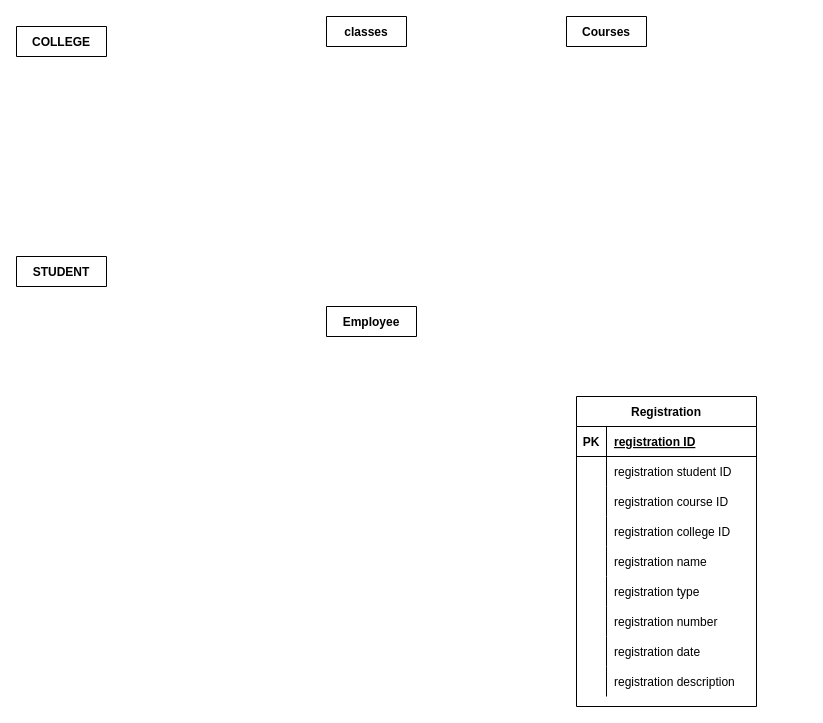
Above: page "Page-1" (1 of 2) of un.drawio in sumantiwari/graph (draw.io), before the change. Source tidied: cells renumbered, new cells numbered last; positions are measured from the earlier drawing's top-left corner, leaving out a move shared by most shapes. Both pictures are drawn from the tidied source at 100%, with x=0, y=0 at pixel (16, 16).
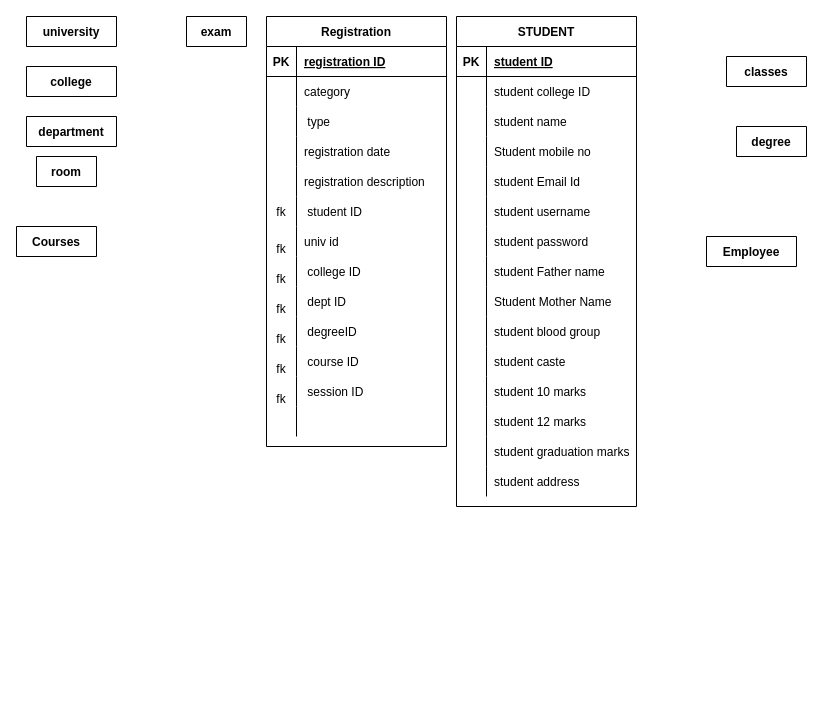
Above is the later version.

What changed in the source:
```diff
@@
-    <mxCell id="2" value="COLLEGE" style="shape=table;startSize=30;childLayout=tableLayout;rowLines=0;fontStyle=1;align=center;" parent="1" vertex="1" collapsed="1">
-      <mxGeometry y="10" width="90" height="30" as="geometry" />
-    </mxCell>
-    <mxCell id="3" value="Courses" style="shape=table;startSize=30;childLayout=tableLayout;rowLines=0;fontStyle=1;align=center;" parent="1" vertex="1" collapsed="1">
-      <mxGeometry x="550" width="80" height="30" as="geometry" />
-    </mxCell>
-    <mxCell id="4" value="STUDENT" style="shape=table;startSize=30;childLayout=tableLayout;rowLines=0;fontStyle=1;align=center;" parent="1" vertex="1" collapsed="1">
-      <mxGeometry y="240" width="90" height="30" as="geometry" />
-    </mxCell>
+    <mxCell id="35" value="university" style="shape=table;startSize=30;childLayout=tableLayout;rowLines=0;fontStyle=1;align=center;" parent="1" vertex="1" collapsed="1">
+      <mxGeometry x="10" width="90" height="30" as="geometry" />
+    </mxCell>
     <mxCell id="5" value="Employee" style="shape=table;startSize=30;childLayout=tableLayout;rowLines=0;fontStyle=1;align=center;" parent="1" vertex="1" collapsed="1">
-      <mxGeometry x="310" y="290" width="90" height="30" as="geometry" />
+      <mxGeometry x="690" y="220" width="90" height="30" as="geometry" />
     </mxCell>
-    <mxCell id="6" value="classes" style="shape=table;startSize=30;childLayout=tableLayout;rowLines=0;fontStyle=1;align=center;" parent="1" vertex="1" collapsed="1">
-      <mxGeometry x="310" width="80" height="30" as="geometry" />
-    </mxCell>
+    <mxCell id="36" value="college" style="shape=table;startSize=30;childLayout=tableLayout;rowLines=0;fontStyle=1;align=center;" parent="1" vertex="1" collapsed="1">
+      <mxGeometry x="10" y="50" width="90" height="30" as="geometry" />
+    </mxCell>
+    <mxCell id="37" value="department" style="shape=table;startSize=30;childLayout=tableLayout;rowLines=0;fontStyle=1;align=center;" parent="1" vertex="1" collapsed="1">
+      <mxGeometry x="10" y="100" width="90" height="30" as="geometry" />
+    </mxCell>
+    <mxCell id="38" value="exam" style="shape=table;startSize=30;childLayout=tableLayout;rowLines=0;fontStyle=1;align=center;" parent="1" vertex="1" collapsed="1">
+      <mxGeometry x="170" width="60" height="30" as="geometry" />
+    </mxCell>
+    <mxCell id="39" value="room" style="shape=table;startSize=30;childLayout=tableLayout;rowLines=0;fontStyle=1;align=center;" parent="1" vertex="1" collapsed="1">
+      <mxGeometry x="20" y="140" width="60" height="30" as="geometry" />
+    </mxCell>
     <mxCell id="7" value="Registration" style="shape=table;startSize=30;childLayout=tableLayout;rowLines=0;fontStyle=1;align=center;" parent="1" vertex="1">
-      <mxGeometry x="560" y="380" width="180" height="310" as="geometry" />
+      <mxGeometry x="250" width="180" height="430" as="geometry" />
     </mxCell>
@@
-    <mxCell id="11" style="shape=partialRectangle;fillColor=none;top=0;left=0;bottom=0;right=0;" parent="7" vertex="1">
-      <mxGeometry y="60" width="180" height="30" as="geometry" />
-    </mxCell>
-    <mxCell id="12" style="shape=partialRectangle;fillColor=none;top=0;left=0;bottom=0;right=0;overflow=hidden;" parent="11" vertex="1">
-      <mxGeometry width="30" height="30" as="geometry" />
-    </mxCell>
-    <mxCell id="13" value="registration student ID" style="shape=partialRectangle;fillColor=none;top=0;left=0;bottom=0;right=0;align=left;spacingLeft=6;overflow=hidden;" parent="11" vertex="1">
-      <mxGeometry x="30" width="150" height="30" as="geometry" />
-    </mxCell>
-    <mxCell id="14" style="shape=partialRectangle;fillColor=none;top=0;left=0;bottom=0;right=0;" parent="7" vertex="1">
-      <mxGeometry y="90" width="180" height="30" as="geometry" />
-    </mxCell>
-    <mxCell id="15" style="shape=partialRectangle;fillColor=none;top=0;left=0;bottom=0;right=0;overflow=hidden;" parent="14" vertex="1">
-      <mxGeometry width="30" height="30" as="geometry" />
-    </mxCell>
-    <mxCell id="16" value="registration course ID" style="shape=partialRectangle;fillColor=none;top=0;left=0;bottom=0;right=0;align=left;spacingLeft=6;overflow=hidden;" parent="14" vertex="1">
-      <mxGeometry x="30" width="150" height="30" as="geometry" />
-    </mxCell>
-    <mxCell id="17" style="shape=partialRectangle;fillColor=none;top=0;left=0;bottom=0;right=0;" parent="7" vertex="1">
-      <mxGeometry y="120" width="180" height="30" as="geometry" />
-    </mxCell>
-    <mxCell id="18" style="shape=partialRectangle;fillColor=none;top=0;left=0;bottom=0;right=0;overflow=hidden;" parent="17" vertex="1">
-      <mxGeometry width="30" height="30" as="geometry" />
-    </mxCell>
-    <mxCell id="19" value="registration college ID" style="shape=partialRectangle;fillColor=none;top=0;left=0;bottom=0;right=0;align=left;spacingLeft=6;overflow=hidden;" parent="17" vertex="1">
-      <mxGeometry x="30" width="150" height="30" as="geometry" />
-    </mxCell>
     <mxCell id="20" style="shape=partialRectangle;fillColor=none;top=0;left=0;bottom=0;right=0;" parent="7" vertex="1">
-      <mxGeometry y="150" width="180" height="30" as="geometry" />
+      <mxGeometry y="60" width="180" height="30" as="geometry" />
     </mxCell>
@@
-    <mxCell id="22" value="registration name" style="shape=partialRectangle;fillColor=none;top=0;left=0;bottom=0;right=0;align=left;spacingLeft=6;overflow=hidden;" parent="20" vertex="1">
+    <mxCell id="22" value="category" style="shape=partialRectangle;fillColor=none;top=0;left=0;bottom=0;right=0;align=left;spacingLeft=6;overflow=hidden;" parent="20" vertex="1">
       <mxGeometry x="30" width="150" height="30" as="geometry" />
     </mxCell>
     <mxCell id="23" style="shape=partialRectangle;fillColor=none;top=0;left=0;bottom=0;right=0;" parent="7" vertex="1">
-      <mxGeometry y="180" width="180" height="30" as="geometry" />
+      <mxGeometry y="90" width="180" height="30" as="geometry" />
     </mxCell>
@@
-    <mxCell id="25" value="registration type" style="shape=partialRectangle;fillColor=none;top=0;left=0;bottom=0;right=0;align=left;spacingLeft=6;overflow=hidden;" parent="23" vertex="1">
+    <mxCell id="25" value=" type" style="shape=partialRectangle;fillColor=none;top=0;left=0;bottom=0;right=0;align=left;spacingLeft=6;overflow=hidden;" parent="23" vertex="1">
       <mxGeometry x="30" width="150" height="30" as="geometry" />
     </mxCell>
-    <mxCell id="26" style="shape=partialRectangle;fillColor=none;top=0;left=0;bottom=0;right=0;" parent="7" vertex="1">
-      <mxGeometry y="210" width="180" height="30" as="geometry" />
-    </mxCell>
-    <mxCell id="27" style="shape=partialRectangle;fillColor=none;top=0;left=0;bottom=0;right=0;overflow=hidden;" parent="26" vertex="1">
-      <mxGeometry width="30" height="30" as="geometry" />
-    </mxCell>
-    <mxCell id="28" value="registration number" style="shape=partialRectangle;fillColor=none;top=0;left=0;bottom=0;right=0;align=left;spacingLeft=6;overflow=hidden;" parent="26" vertex="1">
-      <mxGeometry x="30" width="150" height="30" as="geometry" />
-    </mxCell>
     <mxCell id="29" style="shape=partialRectangle;fillColor=none;top=0;left=0;bottom=0;right=0;" parent="7" vertex="1">
-      <mxGeometry y="240" width="180" height="30" as="geometry" />
+      <mxGeometry y="120" width="180" height="30" as="geometry" />
     </mxCell>
@@
     <mxCell id="32" style="shape=partialRectangle;fillColor=none;top=0;left=0;bottom=0;right=0;" parent="7" vertex="1">
-      <mxGeometry y="270" width="180" height="30" as="geometry" />
+      <mxGeometry y="150" width="180" height="30" as="geometry" />
     </mxCell>
@@
+    <mxCell id="11" style="shape=partialRectangle;fillColor=none;top=0;left=0;bottom=0;right=0;" parent="7" vertex="1">
+      <mxGeometry y="180" width="180" height="30" as="geometry" />
+    </mxCell>
+    <mxCell id="12" value="fk" style="shape=partialRectangle;fillColor=none;top=0;left=0;bottom=0;right=0;overflow=hidden;" parent="11" vertex="1">
+      <mxGeometry width="30" height="30" as="geometry" />
+    </mxCell>
+    <mxCell id="13" value=" student ID" style="shape=partialRectangle;fillColor=none;top=0;left=0;bottom=0;right=0;align=left;spacingLeft=6;overflow=hidden;" parent="11" vertex="1">
+      <mxGeometry x="30" width="150" height="30" as="geometry" />
+    </mxCell>
+    <mxCell id="40" style="shape=partialRectangle;fillColor=none;top=0;left=0;bottom=0;right=0;" parent="7" vertex="1">
+      <mxGeometry y="210" width="180" height="30" as="geometry" />
+    </mxCell>
+    <mxCell id="41" value="&#10;fk&#10;&#10;" style="shape=partialRectangle;fillColor=none;top=0;left=0;bottom=0;right=0;overflow=hidden;" parent="40" vertex="1">
+      <mxGeometry width="30" height="30" as="geometry" />
+    </mxCell>
+    <mxCell id="42" value="univ id" style="shape=partialRectangle;fillColor=none;top=0;left=0;bottom=0;right=0;align=left;spacingLeft=6;overflow=hidden;" parent="40" vertex="1">
+      <mxGeometry x="30" width="150" height="30" as="geometry" />
+    </mxCell>
+    <mxCell id="17" style="shape=partialRectangle;fillColor=none;top=0;left=0;bottom=0;right=0;" parent="7" vertex="1">
+      <mxGeometry y="240" width="180" height="30" as="geometry" />
+    </mxCell>
+    <mxCell id="18" value="&#10;fk&#10;&#10;" style="shape=partialRectangle;fillColor=none;top=0;left=0;bottom=0;right=0;overflow=hidden;" parent="17" vertex="1">
+      <mxGeometry width="30" height="30" as="geometry" />
+    </mxCell>
+    <mxCell id="19" value=" college ID" style="shape=partialRectangle;fillColor=none;top=0;left=0;bottom=0;right=0;align=left;spacingLeft=6;overflow=hidden;" parent="17" vertex="1">
+      <mxGeometry x="30" width="150" height="30" as="geometry" />
+    </mxCell>
+    <mxCell id="43" style="shape=partialRectangle;fillColor=none;top=0;left=0;bottom=0;right=0;" parent="7" vertex="1">
+      <mxGeometry y="270" width="180" height="30" as="geometry" />
+    </mxCell>
+    <mxCell id="44" value="&#10;fk&#10;&#10;" style="shape=partialRectangle;fillColor=none;top=0;left=0;bottom=0;right=0;overflow=hidden;" parent="43" vertex="1">
+      <mxGeometry width="30" height="30" as="geometry" />
+    </mxCell>
+    <mxCell id="45" value=" dept ID" style="shape=partialRectangle;fillColor=none;top=0;left=0;bottom=0;right=0;align=left;spacingLeft=6;overflow=hidden;" parent="43" vertex="1">
+      <mxGeometry x="30" width="150" height="30" as="geometry" />
+    </mxCell>
+    <mxCell id="46" style="shape=partialRectangle;fillColor=none;top=0;left=0;bottom=0;right=0;" parent="7" vertex="1">
+      <mxGeometry y="300" width="180" height="30" as="geometry" />
+    </mxCell>
+    <mxCell id="47" value="&#10;fk&#10;&#10;" style="shape=partialRectangle;fillColor=none;top=0;left=0;bottom=0;right=0;overflow=hidden;" parent="46" vertex="1">
+      <mxGeometry width="30" height="30" as="geometry" />
+    </mxCell>
+    <mxCell id="48" value=" degreeID" style="shape=partialRectangle;fillColor=none;top=0;left=0;bottom=0;right=0;align=left;spacingLeft=6;overflow=hidden;" parent="46" vertex="1">
+      <mxGeometry x="30" width="150" height="30" as="geometry" />
+    </mxCell>
+    <mxCell id="14" style="shape=partialRectangle;fillColor=none;top=0;left=0;bottom=0;right=0;" parent="7" vertex="1">
+      <mxGeometry y="330" width="180" height="30" as="geometry" />
+    </mxCell>
+    <mxCell id="15" value="&#10;fk&#10;&#10;" style="shape=partialRectangle;fillColor=none;top=0;left=0;bottom=0;right=0;overflow=hidden;" parent="14" vertex="1">
+      <mxGeometry width="30" height="30" as="geometry" />
+    </mxCell>
+    <mxCell id="16" value=" course ID" style="shape=partialRectangle;fillColor=none;top=0;left=0;bottom=0;right=0;align=left;spacingLeft=6;overflow=hidden;" parent="14" vertex="1">
+      <mxGeometry x="30" width="150" height="30" as="geometry" />
+    </mxCell>
+    <mxCell id="49" style="shape=partialRectangle;fillColor=none;top=0;left=0;bottom=0;right=0;" parent="7" vertex="1">
+      <mxGeometry y="360" width="180" height="30" as="geometry" />
+    </mxCell>
+    <mxCell id="50" value="&#10;fk&#10;&#10;" style="shape=partialRectangle;fillColor=none;top=0;left=0;bottom=0;right=0;overflow=hidden;" parent="49" vertex="1">
+      <mxGeometry width="30" height="30" as="geometry" />
+    </mxCell>
+    <mxCell id="51" value=" session ID" style="shape=partialRectangle;fillColor=none;top=0;left=0;bottom=0;right=0;align=left;spacingLeft=6;overflow=hidden;" parent="49" vertex="1">
+      <mxGeometry x="30" width="150" height="30" as="geometry" />
+    </mxCell>
+    <mxCell id="26" style="shape=partialRectangle;fillColor=none;top=0;left=0;bottom=0;right=0;" parent="7" vertex="1">
+      <mxGeometry y="390" width="180" height="30" as="geometry" />
+    </mxCell>
+    <mxCell id="27" style="shape=partialRectangle;fillColor=none;top=0;left=0;bottom=0;right=0;overflow=hidden;" parent="26" vertex="1">
+      <mxGeometry width="30" height="30" as="geometry" />
+    </mxCell>
+    <mxCell id="28" style="shape=partialRectangle;fillColor=none;top=0;left=0;bottom=0;right=0;align=left;spacingLeft=6;overflow=hidden;" parent="26" vertex="1">
+      <mxGeometry x="30" width="150" height="30" as="geometry" />
+    </mxCell>
+    <mxCell id="4" value="STUDENT" style="shape=table;startSize=30;childLayout=tableLayout;rowLines=0;fontStyle=1;align=center;" parent="1" vertex="1">
+      <mxGeometry x="440" width="180" height="490" as="geometry" />
+    </mxCell>
+    <mxCell id="52" style="shape=partialRectangle;fillColor=none;top=0;left=0;bottom=1;right=0;" parent="4" vertex="1">
+      <mxGeometry y="30" width="180" height="30" as="geometry" />
+    </mxCell>
+    <mxCell id="53" value="PK" style="shape=partialRectangle;fillColor=none;top=0;left=0;bottom=0;right=0;fontStyle=1;overflow=hidden;" parent="52" vertex="1">
+      <mxGeometry width="30" height="30" as="geometry" />
+    </mxCell>
+    <mxCell id="54" value="student ID" style="shape=partialRectangle;fillColor=none;top=0;left=0;bottom=0;right=0;align=left;spacingLeft=6;fontStyle=5;overflow=hidden;" parent="52" vertex="1">
+      <mxGeometry x="30" width="150" height="30" as="geometry" />
+    </mxCell>
+    <mxCell id="55" style="shape=partialRectangle;fillColor=none;top=0;left=0;bottom=0;right=0;" parent="4" vertex="1">
+      <mxGeometry y="60" width="180" height="30" as="geometry" />
+    </mxCell>
+    <mxCell id="56" style="shape=partialRectangle;fillColor=none;top=0;left=0;bottom=0;right=0;overflow=hidden;" parent="55" vertex="1">
+      <mxGeometry width="30" height="30" as="geometry" />
+    </mxCell>
+    <mxCell id="57" value="student college ID" style="shape=partialRectangle;fillColor=none;top=0;left=0;bottom=0;right=0;align=left;spacingLeft=6;overflow=hidden;" parent="55" vertex="1">
+      <mxGeometry x="30" width="150" height="30" as="geometry" />
+    </mxCell>
+    <mxCell id="58" style="shape=partialRectangle;fillColor=none;top=0;left=0;bottom=0;right=0;" parent="4" vertex="1">
+      <mxGeometry y="90" width="180" height="30" as="geometry" />
+    </mxCell>
+    <mxCell id="59" style="shape=partialRectangle;fillColor=none;top=0;left=0;bottom=0;right=0;overflow=hidden;" parent="58" vertex="1">
+      <mxGeometry width="30" height="30" as="geometry" />
+    </mxCell>
+    <mxCell id="60" value="student name" style="shape=partialRectangle;fillColor=none;top=0;left=0;bottom=0;right=0;align=left;spacingLeft=6;overflow=hidden;" parent="58" vertex="1">
+      <mxGeometry x="30" width="150" height="30" as="geometry" />
+    </mxCell>
+    <mxCell id="61" style="shape=partialRectangle;fillColor=none;top=0;left=0;bottom=0;right=0;" parent="4" vertex="1">
+      <mxGeometry y="120" width="180" height="30" as="geometry" />
+    </mxCell>
+    <mxCell id="62" style="shape=partialRectangle;fillColor=none;top=0;left=0;bottom=0;right=0;overflow=hidden;" parent="61" vertex="1">
+      <mxGeometry width="30" height="30" as="geometry" />
+    </mxCell>
+    <mxCell id="63" value="Student mobile no" style="shape=partialRectangle;fillColor=none;top=0;left=0;bottom=0;right=0;align=left;spacingLeft=6;overflow=hidden;" parent="61" vertex="1">
+      <mxGeometry x="30" width="150" height="30" as="geometry" />
+    </mxCell>
+    <mxCell id="64" style="shape=partialRectangle;fillColor=none;top=0;left=0;bottom=0;right=0;" parent="4" vertex="1">
+      <mxGeometry y="150" width="180" height="30" as="geometry" />
+    </mxCell>
+    <mxCell id="65" style="shape=partialRectangle;fillColor=none;top=0;left=0;bottom=0;right=0;overflow=hidden;" parent="64" vertex="1">
+      <mxGeometry width="30" height="30" as="geometry" />
+    </mxCell>
+    <mxCell id="66" value="student Email Id" style="shape=partialRectangle;fillColor=none;top=0;left=0;bottom=0;right=0;align=left;spacingLeft=6;overflow=hidden;" parent="64" vertex="1">
+      <mxGeometry x="30" width="150" height="30" as="geometry" />
+    </mxCell>
+    <mxCell id="67" style="shape=partialRectangle;fillColor=none;top=0;left=0;bottom=0;right=0;" parent="4" vertex="1">
+      <mxGeometry y="180" width="180" height="30" as="geometry" />
+    </mxCell>
+    <mxCell id="68" style="shape=partialRectangle;fillColor=none;top=0;left=0;bottom=0;right=0;overflow=hidden;" parent="67" vertex="1">
+      <mxGeometry width="30" height="30" as="geometry" />
+    </mxCell>
+    <mxCell id="69" value="student username" style="shape=partialRectangle;fillColor=none;top=0;left=0;bottom=0;right=0;align=left;spacingLeft=6;overflow=hidden;" parent="67" vertex="1">
+      <mxGeometry x="30" width="150" height="30" as="geometry" />
+    </mxCell>
+    <mxCell id="70" style="shape=partialRectangle;fillColor=none;top=0;left=0;bottom=0;right=0;" parent="4" vertex="1">
+      <mxGeometry y="210" width="180" height="30" as="geometry" />
+    </mxCell>
+    <mxCell id="71" style="shape=partialRectangle;fillColor=none;top=0;left=0;bottom=0;right=0;overflow=hidden;" parent="70" vertex="1">
+      <mxGeometry width="30" height="30" as="geometry" />
+    </mxCell>
+    <mxCell id="72" value="student password" style="shape=partialRectangle;fillColor=none;top=0;left=0;bottom=0;right=0;align=left;spacingLeft=6;overflow=hidden;" parent="70" vertex="1">
+      <mxGeometry x="30" width="150" height="30" as="geometry" />
+    </mxCell>
+    <mxCell id="73" style="shape=partialRectangle;fillColor=none;top=0;left=0;bottom=0;right=0;" parent="4" vertex="1">
+      <mxGeometry y="240" width="180" height="30" as="geometry" />
+    </mxCell>
+    <mxCell id="74" style="shape=partialRectangle;fillColor=none;top=0;left=0;bottom=0;right=0;overflow=hidden;" parent="73" vertex="1">
+      <mxGeometry width="30" height="30" as="geometry" />
+    </mxCell>
+    <mxCell id="75" value="student Father name" style="shape=partialRectangle;fillColor=none;top=0;left=0;bottom=0;right=0;align=left;spacingLeft=6;overflow=hidden;" parent="73" vertex="1">
+      <mxGeometry x="30" width="150" height="30" as="geometry" />
+    </mxCell>
+    <mxCell id="76" style="shape=partialRectangle;fillColor=none;top=0;left=0;bottom=0;right=0;" parent="4" vertex="1">
+      <mxGeometry y="270" width="180" height="30" as="geometry" />
+    </mxCell>
+    <mxCell id="77" style="shape=partialRectangle;fillColor=none;top=0;left=0;bottom=0;right=0;overflow=hidden;" parent="76" vertex="1">
+      <mxGeometry width="30" height="30" as="geometry" />
+    </mxCell>
+    <mxCell id="78" value="Student Mother Name" style="shape=partialRectangle;fillColor=none;top=0;left=0;bottom=0;right=0;align=left;spacingLeft=6;overflow=hidden;" parent="76" vertex="1">
+      <mxGeometry x="30" width="150" height="30" as="geometry" />
+    </mxCell>
+    <mxCell id="79" style="shape=partialRectangle;fillColor=none;top=0;left=0;bottom=0;right=0;" parent="4" vertex="1">
+      <mxGeometry y="300" width="180" height="30" as="geometry" />
+    </mxCell>
+    <mxCell id="80" style="shape=partialRectangle;fillColor=none;top=0;left=0;bottom=0;right=0;overflow=hidden;" parent="79" vertex="1">
+      <mxGeometry width="30" height="30" as="geometry" />
+    </mxCell>
+    <mxCell id="81" value="student blood group" style="shape=partialRectangle;fillColor=none;top=0;left=0;bottom=0;right=0;align=left;spacingLeft=6;overflow=hidden;" parent="79" vertex="1">
+      <mxGeometry x="30" width="150" height="30" as="geometry" />
+    </mxCell>
+    <mxCell id="82" style="shape=partialRectangle;fillColor=none;top=0;left=0;bottom=0;right=0;" parent="4" vertex="1">
+      <mxGeometry y="330" width="180" height="30" as="geometry" />
+    </mxCell>
+    <mxCell id="83" style="shape=partialRectangle;fillColor=none;top=0;left=0;bottom=0;right=0;overflow=hidden;" parent="82" vertex="1">
+      <mxGeometry width="30" height="30" as="geometry" />
+    </mxCell>
+    <mxCell id="84" value="student caste" style="shape=partialRectangle;fillColor=none;top=0;left=0;bottom=0;right=0;align=left;spacingLeft=6;overflow=hidden;" parent="82" vertex="1">
+      <mxGeometry x="30" width="150" height="30" as="geometry" />
+    </mxCell>
+    <mxCell id="85" style="shape=partialRectangle;fillColor=none;top=0;left=0;bottom=0;right=0;" parent="4" vertex="1">
+      <mxGeometry y="360" width="180" height="30" as="geometry" />
+    </mxCell>
+    <mxCell id="86" style="shape=partialRectangle;fillColor=none;top=0;left=0;bottom=0;right=0;overflow=hidden;" parent="85" vertex="1">
+      <mxGeometry width="30" height="30" as="geometry" />
+    </mxCell>
+    <mxCell id="87" value="student 10 marks" style="shape=partialRectangle;fillColor=none;top=0;left=0;bottom=0;right=0;align=left;spacingLeft=6;overflow=hidden;" parent="85" vertex="1">
+      <mxGeometry x="30" width="150" height="30" as="geometry" />
+    </mxCell>
+    <mxCell id="88" style="shape=partialRectangle;fillColor=none;top=0;left=0;bottom=0;right=0;" parent="4" vertex="1">
+      <mxGeometry y="390" width="180" height="30" as="geometry" />
+    </mxCell>
+    <mxCell id="89" style="shape=partialRectangle;fillColor=none;top=0;left=0;bottom=0;right=0;overflow=hidden;" parent="88" vertex="1">
+      <mxGeometry width="30" height="30" as="geometry" />
+    </mxCell>
+    <mxCell id="90" value="student 12 marks" style="shape=partialRectangle;fillColor=none;top=0;left=0;bottom=0;right=0;align=left;spacingLeft=6;overflow=hidden;" parent="88" vertex="1">
+      <mxGeometry x="30" width="150" height="30" as="geometry" />
+    </mxCell>
+    <mxCell id="91" style="shape=partialRectangle;fillColor=none;top=0;left=0;bottom=0;right=0;" parent="4" vertex="1">
+      <mxGeometry y="420" width="180" height="30" as="geometry" />
+    </mxCell>
+    <mxCell id="92" style="shape=partialRectangle;fillColor=none;top=0;left=0;bottom=0;right=0;overflow=hidden;" parent="91" vertex="1">
+      <mxGeometry width="30" height="30" as="geometry" />
+    </mxCell>
+    <mxCell id="93" value="student graduation marks" style="shape=partialRectangle;fillColor=none;top=0;left=0;bottom=0;right=0;align=left;spacingLeft=6;overflow=hidden;" parent="91" vertex="1">
+      <mxGeometry x="30" width="150" height="30" as="geometry" />
+    </mxCell>
+    <mxCell id="94" style="shape=partialRectangle;fillColor=none;top=0;left=0;bottom=0;right=0;" parent="4" vertex="1">
+      <mxGeometry y="450" width="180" height="30" as="geometry" />
+    </mxCell>
+    <mxCell id="95" style="shape=partialRectangle;fillColor=none;top=0;left=0;bottom=0;right=0;overflow=hidden;" parent="94" vertex="1">
+      <mxGeometry width="30" height="30" as="geometry" />
+    </mxCell>
+    <mxCell id="96" value="student address" style="shape=partialRectangle;fillColor=none;top=0;left=0;bottom=0;right=0;align=left;spacingLeft=6;overflow=hidden;" parent="94" vertex="1">
+      <mxGeometry x="30" width="150" height="30" as="geometry" />
+    </mxCell>
+    <mxCell id="6" value="classes" style="shape=table;startSize=30;childLayout=tableLayout;rowLines=0;fontStyle=1;align=center;" parent="1" vertex="1" collapsed="1">
+      <mxGeometry x="710" y="40" width="80" height="30" as="geometry" />
+    </mxCell>
+    <mxCell id="97" value="degree" style="shape=table;startSize=30;childLayout=tableLayout;rowLines=0;fontStyle=1;align=center;" parent="1" vertex="1" collapsed="1">
+      <mxGeometry x="720" y="110" width="70" height="30" as="geometry" />
+    </mxCell>
+    <mxCell id="3" value="Courses" style="shape=table;startSize=30;childLayout=tableLayout;rowLines=0;fontStyle=1;align=center;" parent="1" vertex="1" collapsed="1">
+      <mxGeometry y="210" width="80" height="30" as="geometry" />
+    </mxCell>
```
